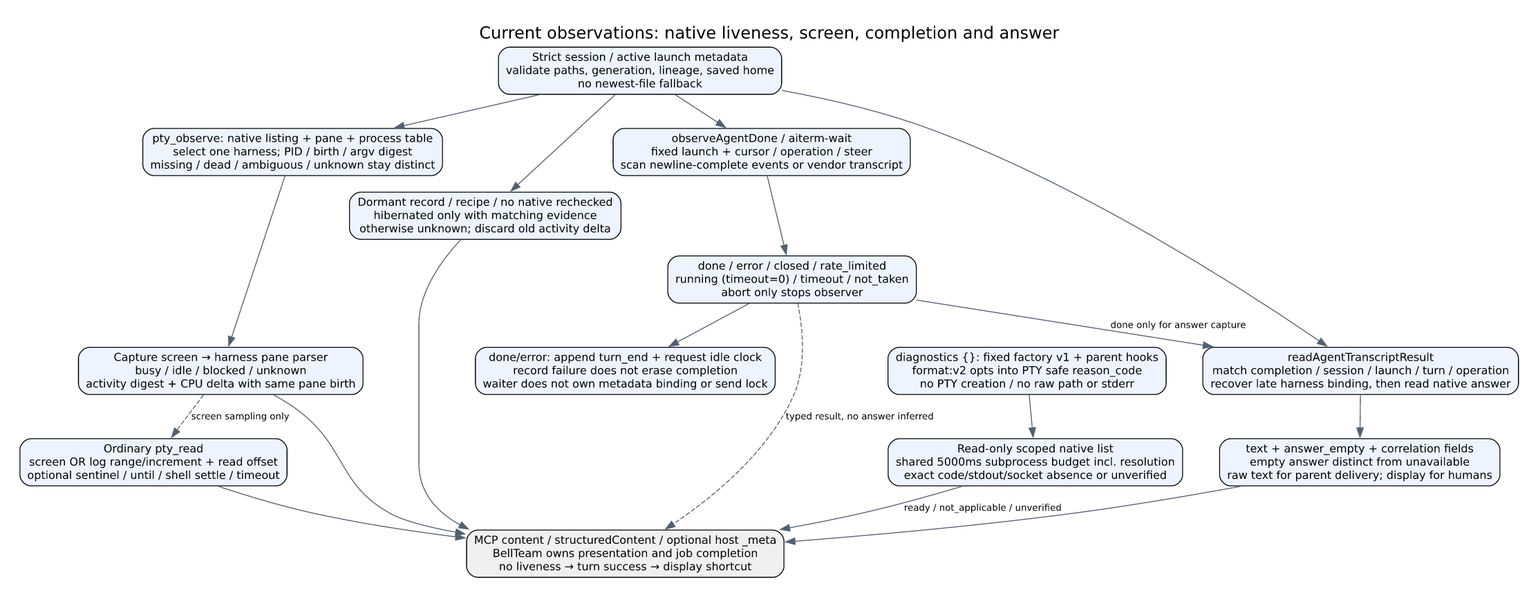
Above: docs/architecture/observation-results.png in kitepon/aiterm-mcp (Graphviz), before the change. Its source is kept beside it as docs/architecture/observation-results.dot.
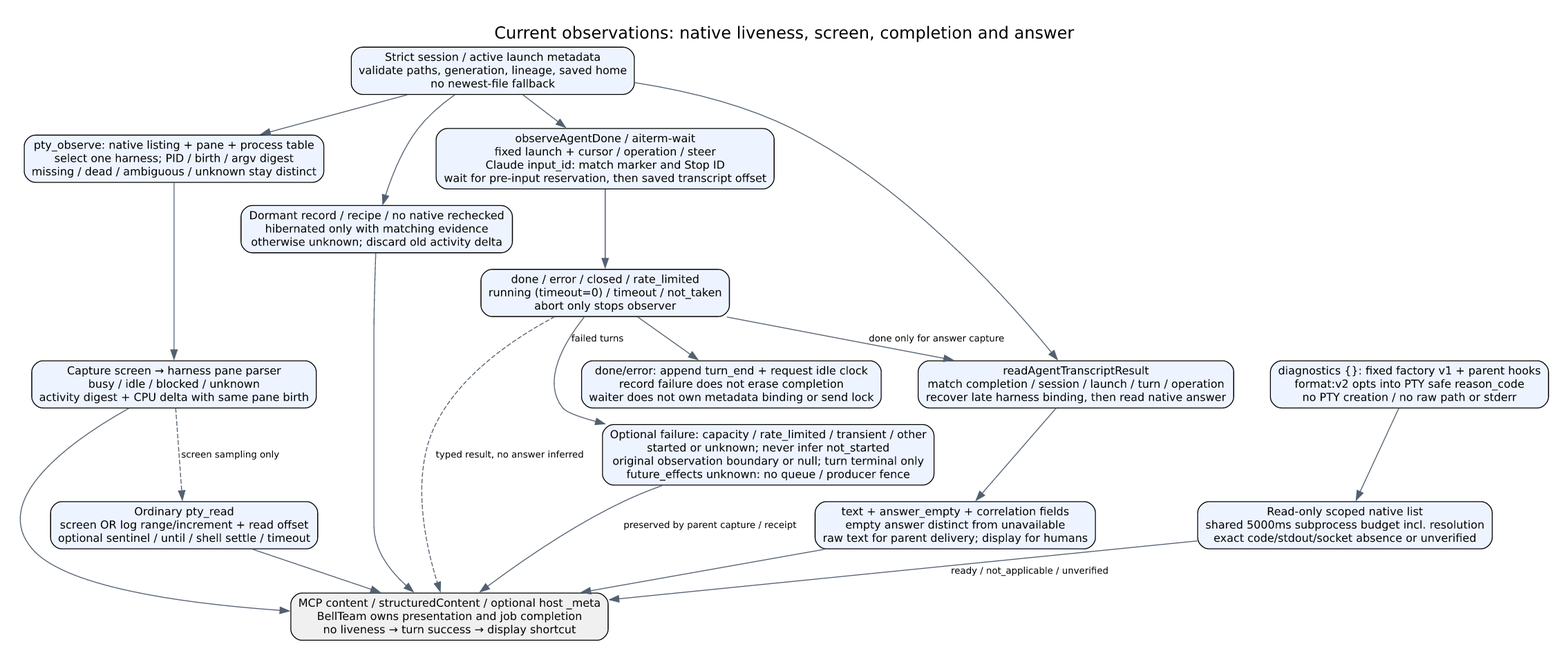
The same diagram one commit later.

Diff of the diagram source:
```diff
@@ -6,8 +6,9 @@
  native [label="pty_observe: native listing + pane + process table\nselect one harness; PID / birth / argv digest\nmissing / dead / ambiguous / unknown stay distinct"];
  screen [label="Capture screen → harness pane parser\nbusy / idle / blocked / unknown\nactivity digest + CPU delta with same pane birth"];
  dormant [label="Dormant record / recipe / no native rechecked\nhibernated only with matching evidence\notherwise unknown; discard old activity delta"];
- wait [label="observeAgentDone / aiterm-wait\nfixed launch + cursor / operation / steer\nscan newline-complete events or vendor transcript"];
+ wait [label="observeAgentDone / aiterm-wait\nfixed launch + cursor / operation / steer\nClaude input_id: match marker and Stop ID\nwait for pre-input reservation, then saved transcript offset"];
  end [label="done / error / closed / rate_limited\nrunning (timeout=0) / timeout / not_taken\nabort only stops observer"];
+ failure [label="Optional failure: capacity / rate_limited / transient / other\nstarted or unknown; never infer not_started\noriginal observation boundary or null; turn terminal only\nfuture_effects unknown: no queue / producer fence"];
  activity [label="done/error: append turn_end + request idle clock\nrecord failure does not erase completion\nwaiter does not own metadata binding or send lock"];
  answer [label="readAgentTranscriptResult\nmatch completion / session / launch / turn / operation\nrecover late harness binding, then read native answer"];
  body [label="text + answer_empty + correlation fields\nempty answer distinct from unavailable\nraw text for parent delivery; display for humans"];
@@ -17,6 +18,7 @@
  probe [label="Read-only scoped native list\nshared 5000ms subprocess budget incl. resolution\nexact code/stdout/socket absence or unverified"];
  diagnostics -> probe;probe -> host [label="ready / not_applicable / unverified"];
  meta -> native;native -> screen;meta -> dormant;meta -> wait;wait -> end;end -> activity;
+ end -> failure [label="failed turns"];failure -> host [label="preserved by parent capture / receipt"];
  end -> answer [label="done only for answer capture"];meta -> answer;answer -> body;body -> host;
  screen -> host;dormant -> host;end -> host [style=dashed,label="typed result, no answer inferred"];
  terminal -> host;screen -> terminal [style=dashed,label="screen sampling only"];
```
